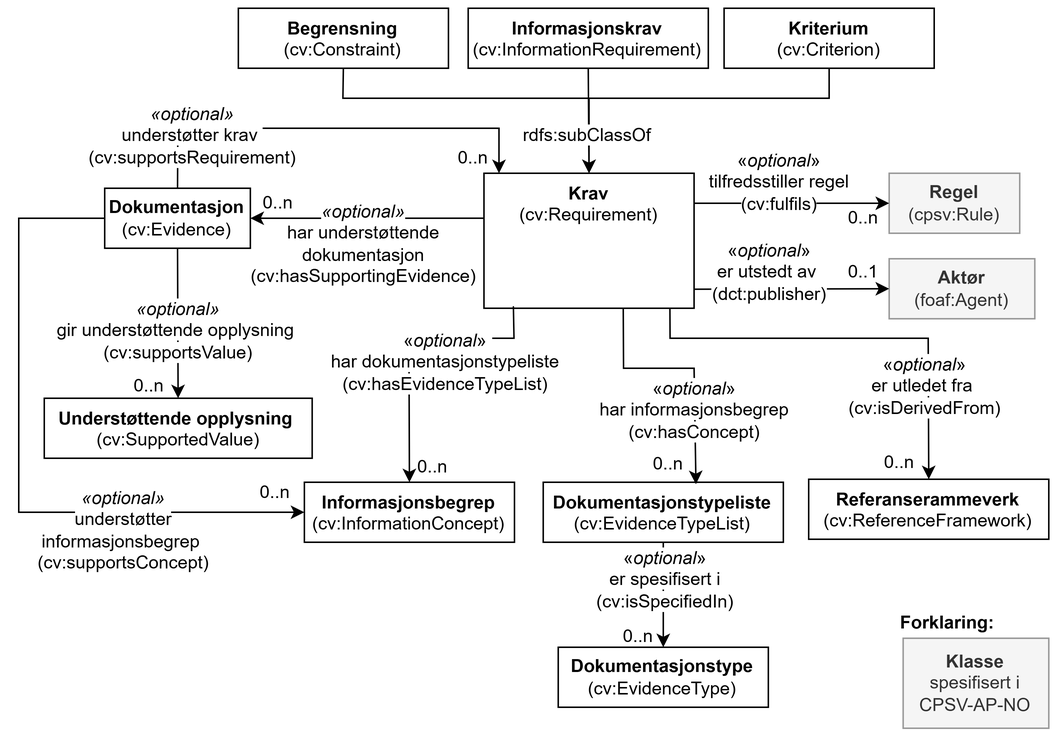
Informasjonsforvaltning/cccev-ap-no keeps this draw.io diagram as docs/images/CCCEV-AP-NO-klasser.png. Above is the earlier version. Source tidied: cells renumbered, new cells last; positions are measured from the earlier drawing's top-left corner, leaving out a move shared by most shapes.
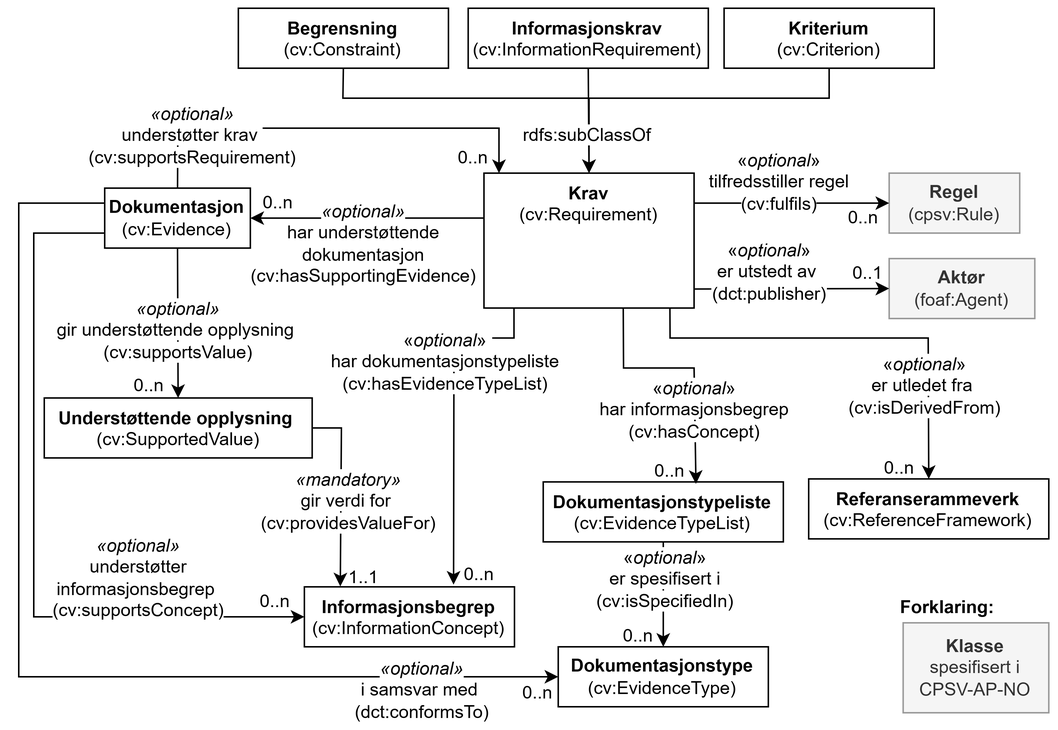
Later version of the same file.

Commit message:
Oppdaterer fig. 1

The edit, as a diff of the source:
```diff
@@ -9,7 +9,7 @@
       <mxGeometry x="146.3" width="140" height="40" as="geometry" />
     </mxCell>
     <mxCell id="4" value="&lt;b style=&quot;border-color: rgb(218, 218, 218);&quot;&gt;Informasjonsbegrep&lt;/b&gt;&lt;br style=&quot;border-color: rgb(218, 218, 218);&quot;&gt;(cv:InformationConcept)" style="rounded=0;whiteSpace=wrap;html=1;verticalAlign=top;fontFamily=Helvetica;fontSize=12;fillColor=none;" parent="1" vertex="1">
-      <mxGeometry x="190.3" y="316" width="140" height="40" as="geometry" />
+      <mxGeometry x="190.3" y="386" width="140" height="40" as="geometry" />
     </mxCell>
     <mxCell id="5" value="&lt;b style=&quot;border-color: rgb(218, 218, 218);&quot;&gt;Informasjonskrav&lt;/b&gt;&lt;br style=&quot;border-color: rgb(218, 218, 218);&quot;&gt;(cv:InformationRequirement)" style="rounded=0;whiteSpace=wrap;html=1;verticalAlign=top;fontFamily=Helvetica;fontSize=12;fillColor=none;" parent="1" vertex="1">
       <mxGeometry x="299.5" width="160" height="40" as="geometry" />
@@ -44,16 +44,17 @@
       <mxGeometry x="450" y="90" width="113.6" height="52" as="geometry" />
     </mxCell>
     <mxCell id="15" value="0..1" style="text;html=1;strokeColor=none;fillColor=none;align=center;verticalAlign=middle;whiteSpace=wrap;rounded=0;" parent="1" vertex="1">
-      <mxGeometry x="550" y="166" width="26" height="20" as="geometry" />
+      <mxGeometry x="553" y="167" width="26" height="20" as="geometry" />
     </mxCell>
     <mxCell id="16" value="0..n" style="text;html=1;strokeColor=none;fillColor=none;align=center;verticalAlign=middle;whiteSpace=wrap;rounded=0;" parent="1" vertex="1">
       <mxGeometry x="546" y="130" width="34" height="20" as="geometry" />
     </mxCell>
-    <mxCell id="17" style="endArrow=classic;html=1;rounded=0;exitX=0.14;exitY=0.985;exitDx=0;exitDy=0;exitPerimeter=0;entryX=0.5;entryY=0;entryDx=0;entryDy=0;" parent="1" edge="1" source="2" target="4">
+    <mxCell id="17" style="endArrow=classic;html=1;rounded=0;entryX=0.71;entryY=-0.037;entryDx=0;entryDy=0;entryPerimeter=0;" parent="1" edge="1" target="4">
       <mxGeometry relative="1" as="geometry">
+        <mxPoint x="330" y="200" as="sourcePoint" />
         <Array as="points">
           <mxPoint x="330" y="220" />
-          <mxPoint x="260" y="220" />
+          <mxPoint x="290" y="220" />
         </Array>
       </mxGeometry>
     </mxCell>
@@ -83,13 +84,13 @@
       <mxGeometry x="563.6" y="226" width="80" height="52" as="geometry" />
     </mxCell>
     <mxCell id="23" value="0..n" style="text;html=1;strokeColor=none;fillColor=none;align=center;verticalAlign=middle;whiteSpace=wrap;rounded=0;" parent="1" vertex="1">
-      <mxGeometry x="258.7" y="296" width="34" height="20" as="geometry" />
+      <mxGeometry x="290.3" y="368" width="34" height="20" as="geometry" />
     </mxCell>
     <mxCell id="24" value="0..n" style="text;html=1;strokeColor=none;fillColor=none;align=center;verticalAlign=middle;whiteSpace=wrap;rounded=0;" parent="1" vertex="1">
-      <mxGeometry x="416" y="294" width="34" height="20" as="geometry" />
+      <mxGeometry x="417" y="299" width="34" height="20" as="geometry" />
     </mxCell>
     <mxCell id="25" value="0..n" style="text;html=1;strokeColor=none;fillColor=none;align=center;verticalAlign=middle;whiteSpace=wrap;rounded=0;" parent="1" vertex="1">
-      <mxGeometry x="570" y="293" width="34" height="20" as="geometry" />
+      <mxGeometry x="570" y="297" width="34" height="20" as="geometry" />
     </mxCell>
     <mxCell id="26" value="&lt;b style=&quot;color: rgb(0, 0, 0);&quot;&gt;Dokumentasjonstype&lt;/b&gt;&lt;br style=&quot;color: rgb(0, 0, 0);&quot;&gt;&lt;span style=&quot;color: rgb(0, 0, 0);&quot;&gt;(cv:EvidenceType)&lt;/span&gt;" style="rounded=0;whiteSpace=wrap;html=1;verticalAlign=middle;strokeColor=#000000;" parent="1" vertex="1">
       <mxGeometry x="359.5" y="426" width="140" height="40" as="geometry" />
@@ -139,7 +140,7 @@
       <mxGeometry x="156.3" y="120" width="34" height="20" as="geometry" />
     </mxCell>
     <mxCell id="38" style="group;" parent="1" vertex="1">
-      <mxGeometry x="589.3" y="400" width="97" height="80" as="geometry" />
+      <mxGeometry x="589.3" y="390" width="97" height="80" as="geometry" />
     </mxCell>
     <mxCell id="39" value="&lt;b&gt;Klasse&lt;/b&gt;&lt;div&gt;spesifisert i CPSV-AP-NO&lt;/div&gt;" style="rounded=0;whiteSpace=wrap;html=1;fillColor=#f5f5f5;strokeColor=#999999;fontColor=#333333;" parent="38" vertex="1">
       <mxGeometry y="20" width="97" height="60" as="geometry" />
@@ -174,19 +175,46 @@
     <mxCell id="47" value="0..n" style="text;html=1;strokeColor=none;fillColor=none;align=center;verticalAlign=middle;whiteSpace=wrap;rounded=0;" parent="1" vertex="1">
       <mxGeometry x="286.3" y="90" width="34" height="20" as="geometry" />
     </mxCell>
-    <mxCell id="48" style="endArrow=classic;html=1;rounded=0;exitX=0;exitY=0.5;exitDx=0;exitDy=0;entryX=0;entryY=0.5;entryDx=0;entryDy=0;" parent="1" edge="1" source="34" target="4">
+    <mxCell id="48" style="endArrow=classic;html=1;rounded=0;entryX=0;entryY=0.5;entryDx=0;entryDy=0;exitX=0;exitY=0.75;exitDx=0;exitDy=0;" parent="1" edge="1" source="34" target="4">
       <mxGeometry relative="1" as="geometry">
         <Array as="points">
-          <mxPoint y="140" />
-          <mxPoint y="336" />
+          <mxPoint x="10" y="150" />
+          <mxPoint x="10" y="406" />
         </Array>
       </mxGeometry>
     </mxCell>
     <mxCell id="49" value="0..n" style="text;html=1;strokeColor=none;fillColor=none;align=center;verticalAlign=middle;whiteSpace=wrap;rounded=0;" parent="1" vertex="1">
-      <mxGeometry x="154.3" y="313" width="34" height="20" as="geometry" />
+      <mxGeometry x="154.3" y="386" width="34" height="20" as="geometry" />
     </mxCell>
     <mxCell id="50" value="&lt;div&gt;&lt;span style=&quot;background-color: light-dark(#ffffff, var(--ge-dark-color, #121212));&quot;&gt;&amp;nbsp;&lt;i&gt;«optional»&lt;/i&gt;&amp;nbsp;&lt;/span&gt;&lt;/div&gt;&lt;div&gt;&lt;span style=&quot;background-color: light-dark(#ffffff, var(--ge-dark-color, #121212));&quot;&gt;understøtter informasjonsbegrep&amp;nbsp;&lt;/span&gt;&lt;/div&gt;&lt;div&gt;&lt;span style=&quot;background-color: light-dark(#ffffff, var(--ge-dark-color, #121212));&quot;&gt;(cv:supportsConcept)&lt;/span&gt;&lt;/div&gt;" style="text;html=1;whiteSpace=wrap;strokeColor=none;fillColor=none;align=center;verticalAlign=middle;rounded=0;" parent="1" vertex="1">
-      <mxGeometry x="40" y="333" width="60" height="30" as="geometry" />
+      <mxGeometry x="50" y="365" width="60" height="30" as="geometry" />
     </mxCell>
+    <mxCell id="51" style="endArrow=classic;html=1;rounded=0;exitX=1;exitY=0.5;exitDx=0;exitDy=0;entryX=0.171;entryY=-0.008;entryDx=0;entryDy=0;entryPerimeter=0;" parent="1" edge="1" source="41" target="4">
+      <mxGeometry relative="1" as="geometry">
+        <Array as="points">
+          <mxPoint x="215" y="280" />
+        </Array>
+      </mxGeometry>
+    </mxCell>
+    <mxCell id="52" value="1..1" style="text;html=1;strokeColor=none;fillColor=none;align=center;verticalAlign=middle;whiteSpace=wrap;rounded=0;" parent="1" vertex="1">
+      <mxGeometry x="213" y="370" width="34" height="20" as="geometry" />
+    </mxCell>
+    <mxCell id="53" value="&lt;div&gt;&lt;span style=&quot;background-color: light-dark(#ffffff, var(--ge-dark-color, #121212));&quot;&gt;&lt;i&gt;«mandatory»&lt;/i&gt;&lt;/span&gt;&lt;/div&gt;&lt;div&gt;&lt;span style=&quot;background-color: light-dark(#ffffff, var(--ge-dark-color, #121212));&quot;&gt;gir verdi for&amp;nbsp;&lt;/span&gt;&lt;/div&gt;&lt;div&gt;&lt;span style=&quot;background-color: light-dark(#ffffff, var(--ge-dark-color, #121212));&quot;&gt;(cv:providesValueFor)&lt;/span&gt;&lt;/div&gt;" style="text;html=1;whiteSpace=wrap;strokeColor=none;fillColor=none;align=center;verticalAlign=middle;rounded=0;" parent="1" vertex="1">
+      <mxGeometry x="190.3" y="314" width="60" height="30" as="geometry" />
+    </mxCell>
+    <mxCell id="54" style="endArrow=classic;html=1;rounded=0;entryX=0;entryY=0.5;entryDx=0;entryDy=0;exitX=0;exitY=0.25;exitDx=0;exitDy=0;" parent="1" edge="1" source="34" target="26">
+      <mxGeometry relative="1" as="geometry">
+        <Array as="points">
+          <mxPoint y="130" />
+          <mxPoint y="446" />
+        </Array>
+      </mxGeometry>
+    </mxCell>
+    <mxCell id="55" value="&lt;div&gt;&lt;span style=&quot;background-color: light-dark(#ffffff, var(--ge-dark-color, #121212));&quot;&gt;&lt;i&gt;«optional»&lt;/i&gt;&lt;/span&gt;&lt;/div&gt;&lt;div&gt;&lt;span style=&quot;background-color: light-dark(#ffffff, var(--ge-dark-color, #121212));&quot;&gt;i samsvar med&amp;nbsp;&lt;/span&gt;&lt;/div&gt;&lt;div&gt;&lt;span style=&quot;background-color: light-dark(#ffffff, var(--ge-dark-color, #121212));&quot;&gt;(dct:conformsTo)&lt;/span&gt;&lt;/div&gt;" style="text;html=1;whiteSpace=wrap;strokeColor=none;fillColor=none;align=center;verticalAlign=middle;rounded=0;" parent="1" vertex="1">
+      <mxGeometry x="239.5" y="440" width="60" height="30" as="geometry" />
+    </mxCell>
+    <mxCell id="56" value="0..n" style="text;html=1;strokeColor=none;fillColor=none;align=center;verticalAlign=middle;whiteSpace=wrap;rounded=0;" parent="1" vertex="1">
+      <mxGeometry x="329.3" y="447" width="34" height="20" as="geometry" />
+    </mxCell>
   </root>
 </mxGraphModel>
```
